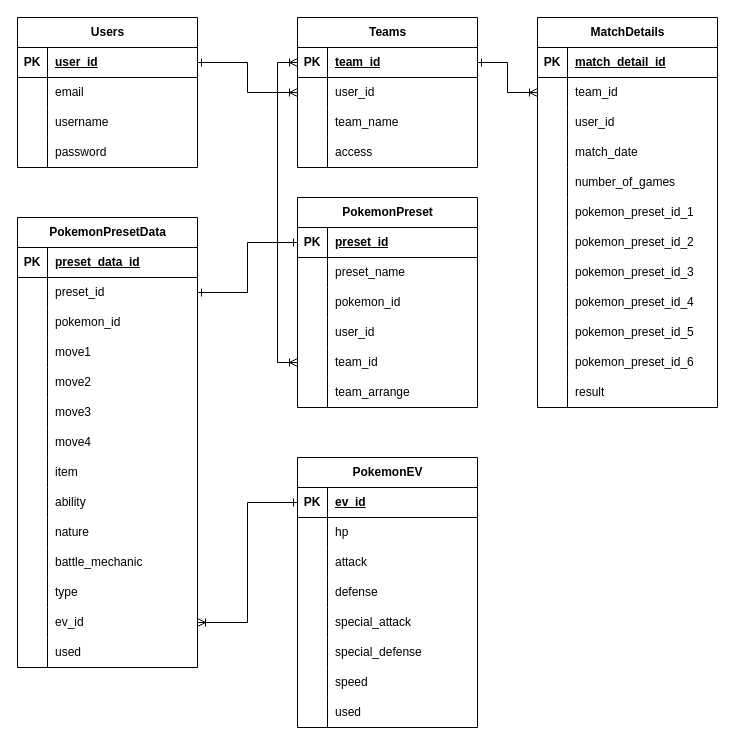
Before: Database/PokeSet_v1.drawio in mawi-delosreyes/PokeSet, a draw.io diagram. Source tidied: cells renumbered, new cells numbered last; positions are measured from the earlier drawing's top-left corner, leaving out a move shared by most shapes. Both pictures are drawn from the tidied source at 100%, with x=0, y=0 at pixel (17, 17).
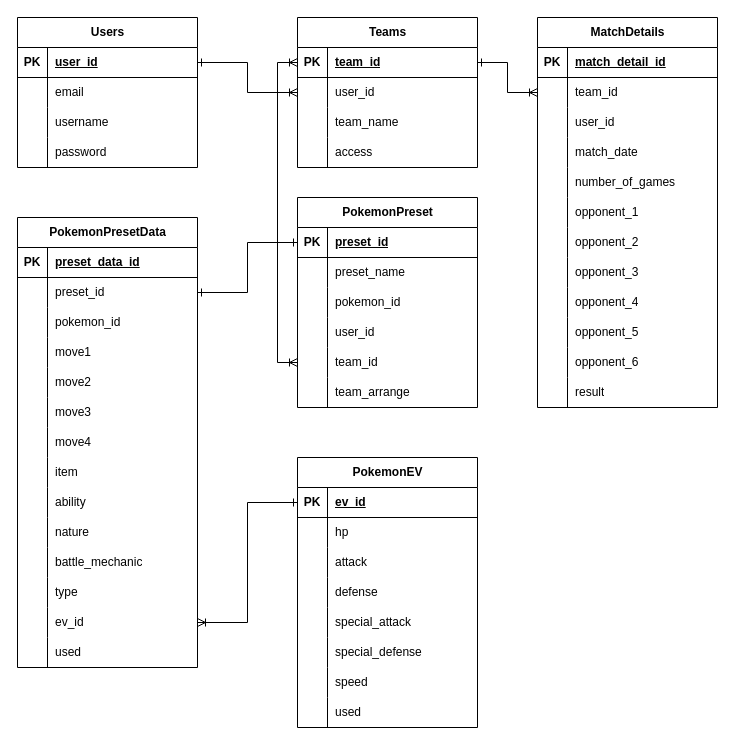
The same page after the edit.

Commit message (it also covers changes not shown here):
Added and adjusted schema to Matches

Unchanged cells that the change refers to:
```xml
<mxCell id="131" style="shape=tableRow;horizontal=0;startSize=0;swimlaneHead=0;swimlaneBody=0;fillColor=none;top=0;left=0;right=0;bottom=0;" parent="115" vertex="1">
  <mxGeometry y="180" width="180" height="30" as="geometry" />
</mxCell>
<mxCell id="134" style="shape=tableRow;horizontal=0;startSize=0;swimlaneHead=0;swimlaneBody=0;fillColor=none;top=0;left=0;right=0;bottom=0;" parent="115" vertex="1">
  <mxGeometry y="210" width="180" height="30" as="geometry" />
</mxCell>
<mxCell id="137" style="shape=tableRow;horizontal=0;startSize=0;swimlaneHead=0;swimlaneBody=0;fillColor=none;top=0;left=0;right=0;bottom=0;" parent="115" vertex="1">
  <mxGeometry y="240" width="180" height="30" as="geometry" />
</mxCell>
<mxCell id="140" style="shape=tableRow;horizontal=0;startSize=0;swimlaneHead=0;swimlaneBody=0;fillColor=none;top=0;left=0;right=0;bottom=0;" parent="115" vertex="1">
  <mxGeometry y="270" width="180" height="30" as="geometry" />
</mxCell>
<mxCell id="143" style="shape=tableRow;horizontal=0;startSize=0;swimlaneHead=0;swimlaneBody=0;fillColor=none;top=0;left=0;right=0;bottom=0;" parent="115" vertex="1">
  <mxGeometry y="300" width="180" height="30" as="geometry" />
</mxCell>
<mxCell id="146" style="shape=tableRow;horizontal=0;startSize=0;swimlaneHead=0;swimlaneBody=0;fillColor=none;top=0;left=0;right=0;bottom=0;" parent="115" vertex="1">
  <mxGeometry y="330" width="180" height="30" as="geometry" />
</mxCell>
```

Diff of the diagram source:
```diff
@@
-    <mxCell id="133" value="pokemon_preset_id_1" style="shape=partialRectangle;fillColor=none;top=0;left=0;bottom=0;right=0;align=left;spacingLeft=6;overflow=hidden;whiteSpace=wrap;html=1;" parent="131" vertex="1">
+    <mxCell id="133" value="opponent_1" style="shape=partialRectangle;fillColor=none;top=0;left=0;bottom=0;right=0;align=left;spacingLeft=6;overflow=hidden;whiteSpace=wrap;html=1;" parent="131" vertex="1">
       <mxGeometry x="30" width="150" height="30" as="geometry" />
     </mxCell>
@@
-    <mxCell id="136" value="pokemon_preset_id_2" style="shape=partialRectangle;fillColor=none;top=0;left=0;bottom=0;right=0;align=left;spacingLeft=6;overflow=hidden;whiteSpace=wrap;html=1;" parent="134" vertex="1">
+    <mxCell id="136" value="opponent_2" style="shape=partialRectangle;fillColor=none;top=0;left=0;bottom=0;right=0;align=left;spacingLeft=6;overflow=hidden;whiteSpace=wrap;html=1;" parent="134" vertex="1">
       <mxGeometry x="30" width="150" height="30" as="geometry" />
     </mxCell>
@@
-    <mxCell id="139" value="pokemon_preset_id_3" style="shape=partialRectangle;fillColor=none;top=0;left=0;bottom=0;right=0;align=left;spacingLeft=6;overflow=hidden;whiteSpace=wrap;html=1;" parent="137" vertex="1">
+    <mxCell id="139" value="opponent_3" style="shape=partialRectangle;fillColor=none;top=0;left=0;bottom=0;right=0;align=left;spacingLeft=6;overflow=hidden;whiteSpace=wrap;html=1;" parent="137" vertex="1">
       <mxGeometry x="30" width="150" height="30" as="geometry" />
     </mxCell>
@@
-    <mxCell id="142" value="pokemon_preset_id_4" style="shape=partialRectangle;fillColor=none;top=0;left=0;bottom=0;right=0;align=left;spacingLeft=6;overflow=hidden;whiteSpace=wrap;html=1;" parent="140" vertex="1">
+    <mxCell id="142" value="opponent_4" style="shape=partialRectangle;fillColor=none;top=0;left=0;bottom=0;right=0;align=left;spacingLeft=6;overflow=hidden;whiteSpace=wrap;html=1;" parent="140" vertex="1">
       <mxGeometry x="30" width="150" height="30" as="geometry" />
     </mxCell>
@@
-    <mxCell id="145" value="pokemon_preset_id_5" style="shape=partialRectangle;fillColor=none;top=0;left=0;bottom=0;right=0;align=left;spacingLeft=6;overflow=hidden;whiteSpace=wrap;html=1;" parent="143" vertex="1">
+    <mxCell id="145" value="opponent_5" style="shape=partialRectangle;fillColor=none;top=0;left=0;bottom=0;right=0;align=left;spacingLeft=6;overflow=hidden;whiteSpace=wrap;html=1;" parent="143" vertex="1">
       <mxGeometry x="30" width="150" height="30" as="geometry" />
     </mxCell>
@@
-    <mxCell id="148" value="pokemon_preset_id_6" style="shape=partialRectangle;fillColor=none;top=0;left=0;bottom=0;right=0;align=left;spacingLeft=6;overflow=hidden;whiteSpace=wrap;html=1;" parent="146" vertex="1">
+    <mxCell id="148" value="opponent_6" style="shape=partialRectangle;fillColor=none;top=0;left=0;bottom=0;right=0;align=left;spacingLeft=6;overflow=hidden;whiteSpace=wrap;html=1;" parent="146" vertex="1">
       <mxGeometry x="30" width="150" height="30" as="geometry" />
     </mxCell>
```
